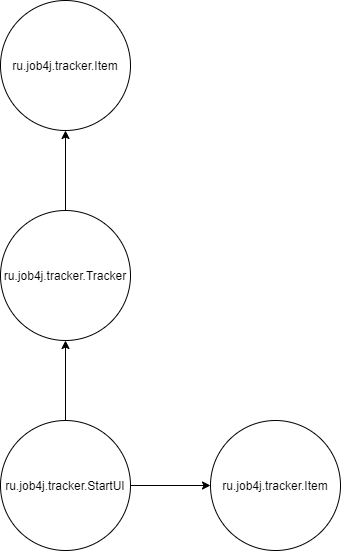
Before: src/cohesion 11.09.2021.drawio.png, a diagram exported from draw.io (veiuper/job4j_tracker). Source tidied: cells renumbered, new cells last; positions are measured from the earlier drawing's top-left corner, leaving out a move shared by most shapes. The source it was exported from:
```xml
<mxGraphModel>
  <root>
    <mxCell id="0" />
    <mxCell id="1" parent="0" />
    <mxCell id="2" style="edgeStyle=orthogonalEdgeStyle;rounded=0;jettySize=auto;html=1;" parent="1" edge="1" source="4" target="5">
      <mxGeometry relative="1" as="geometry" />
    </mxCell>
    <mxCell id="3" style="edgeStyle=orthogonalEdgeStyle;rounded=0;jettySize=auto;html=1;" parent="1" edge="1" source="4" target="7">
      <mxGeometry relative="1" as="geometry" />
    </mxCell>
    <mxCell id="4" value="ru.job4j.tracker.StartUI" style="ellipse;whiteSpace=wrap;html=1;" parent="1" vertex="1">
      <mxGeometry y="420" width="130" height="130" as="geometry" />
    </mxCell>
    <mxCell id="5" value="ru.job4j.tracker.Item" style="ellipse;whiteSpace=wrap;html=1;" parent="1" vertex="1">
      <mxGeometry x="210" y="420" width="130" height="130" as="geometry" />
    </mxCell>
    <mxCell id="6" style="edgeStyle=orthogonalEdgeStyle;rounded=0;jettySize=auto;html=1;" parent="1" edge="1" source="7" target="8">
      <mxGeometry relative="1" as="geometry" />
    </mxCell>
    <mxCell id="7" value="ru.job4j.tracker.Tracker" style="ellipse;whiteSpace=wrap;html=1;" parent="1" vertex="1">
      <mxGeometry y="210" width="130" height="130" as="geometry" />
    </mxCell>
    <mxCell id="8" value="ru.job4j.tracker.Item" style="ellipse;whiteSpace=wrap;html=1;" parent="1" vertex="1">
      <mxGeometry width="130" height="130" as="geometry" />
    </mxCell>
  </root>
</mxGraphModel>
```
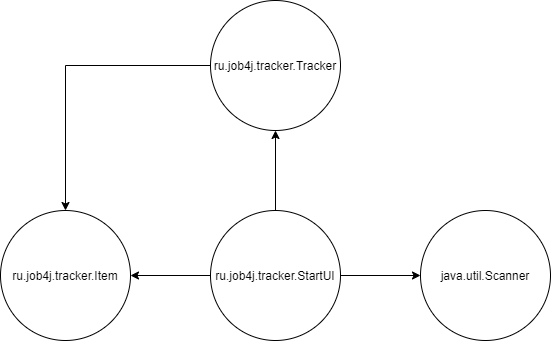
Above is the later version.

What changed in the source:
```diff
@@ -11,7 +11,7 @@
     <mxCell id="4" value="ru.job4j.tracker.StartUI" style="ellipse;whiteSpace=wrap;html=1;" parent="1" vertex="1">
       <mxGeometry y="420" width="130" height="130" as="geometry" />
     </mxCell>
-    <mxCell id="5" value="ru.job4j.tracker.Item" style="ellipse;whiteSpace=wrap;html=1;" parent="1" vertex="1">
+    <mxCell id="5" value="java.util.Scanner" style="ellipse;whiteSpace=wrap;html=1;" parent="1" vertex="1">
       <mxGeometry x="210" y="420" width="130" height="130" as="geometry" />
     </mxCell>
     <mxCell id="6" style="edgeStyle=orthogonalEdgeStyle;rounded=0;jettySize=auto;html=1;" parent="1" edge="1" source="7" target="8">
@@ -21,7 +21,10 @@
       <mxGeometry y="210" width="130" height="130" as="geometry" />
     </mxCell>
     <mxCell id="8" value="ru.job4j.tracker.Item" style="ellipse;whiteSpace=wrap;html=1;" parent="1" vertex="1">
-      <mxGeometry width="130" height="130" as="geometry" />
+      <mxGeometry x="-210" y="420" width="130" height="130" as="geometry" />
     </mxCell>
+    <mxCell id="9" style="edgeStyle=orthogonalEdgeStyle;rounded=0;jettySize=auto;html=1;entryX=1;entryY=0.5;entryDx=0;entryDy=0;exitX=0;exitY=0.5;exitDx=0;exitDy=0;" parent="1" edge="1" source="4" target="8">
+      <mxGeometry relative="1" as="geometry" />
+    </mxCell>
   </root>
 </mxGraphModel>
```
